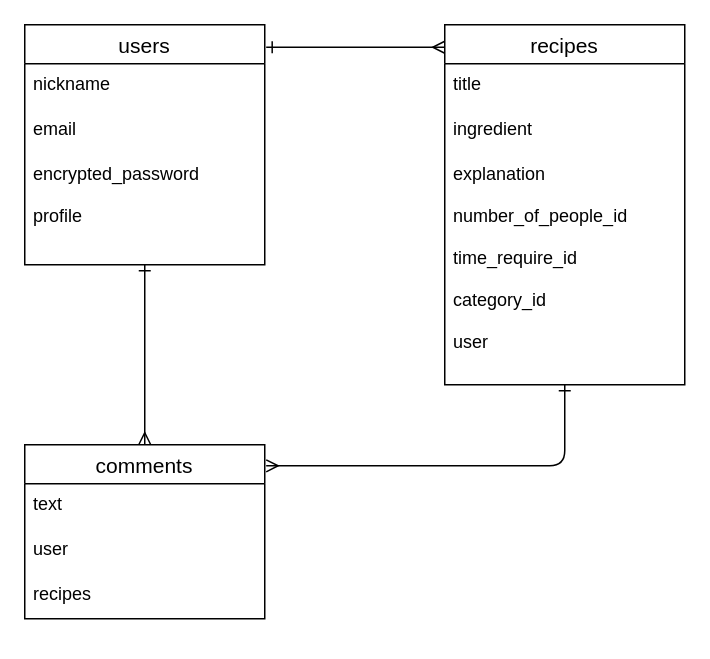
Above: healthy_recipe.dio in na05yuki/healthy_recipe (draw.io), before the change. Source tidied: cells renumbered, new cells numbered last; positions are measured from the earlier drawing's top-left corner, leaving out a move shared by most shapes. Both pictures are drawn from the tidied source at 150%, with x=0, y=0 at pixel (24, 24).
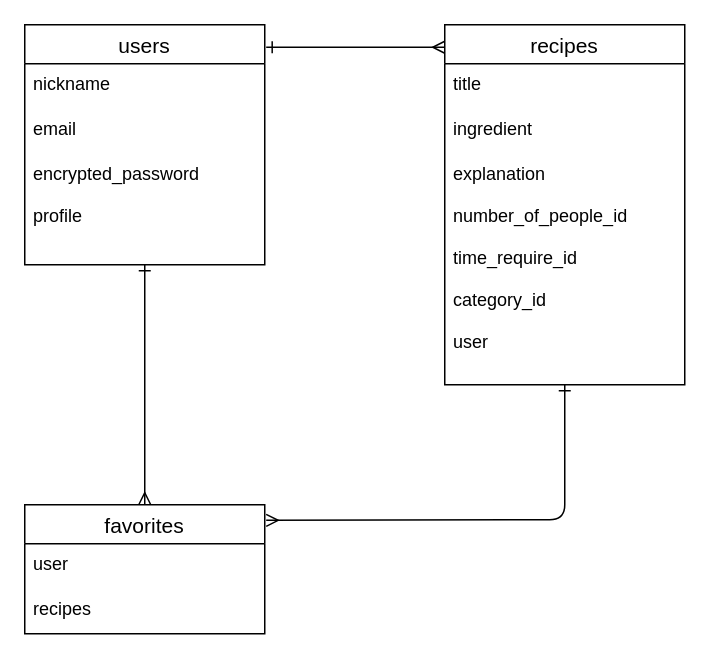
The same page after the edit.

Commit message (it also covers changes not shown here):
ER図、README変更修正

Change to the diagram source:
```diff
@@
 <mxGraphModel>
   <root>
     <mxCell id="0" />
     <mxCell id="1" parent="0" />
     <mxCell id="2" style="edgeStyle=none;html=1;startArrow=ERone;startFill=0;endArrow=ERmany;endFill=0;exitX=1.006;exitY=0.094;exitDx=0;exitDy=0;exitPerimeter=0;" parent="1" edge="1" source="4">
       <mxGeometry relative="1" as="geometry">
         <mxPoint x="280" y="15" as="targetPoint" />
       </mxGeometry>
     </mxCell>
     <mxCell id="3" style="edgeStyle=none;html=1;entryX=0.5;entryY=0;entryDx=0;entryDy=0;startArrow=ERone;startFill=0;endArrow=ERmany;endFill=0;" parent="1" edge="1" source="4" target="13">
       <mxGeometry relative="1" as="geometry" />
     </mxCell>
     <mxCell id="4" value="users" style="swimlane;fontStyle=0;horizontal=1;startSize=26;align=center;fontSize=14;shadow=0;" parent="1" vertex="1">
       <mxGeometry width="160" height="160" as="geometry" />
     </mxCell>
     <mxCell id="5" value="nickname" style="text;strokeColor=none;fillColor=none;spacingLeft=4;spacingRight=4;overflow=hidden;fontSize=12;shadow=0;" parent="4" vertex="1">
       <mxGeometry y="26" width="160" height="30" as="geometry" />
     </mxCell>
     <mxCell id="6" value="email" style="text;strokeColor=none;fillColor=none;spacingLeft=4;spacingRight=4;overflow=hidden;fontSize=12;shadow=0;" parent="4" vertex="1">
       <mxGeometry y="56" width="160" height="30" as="geometry" />
     </mxCell>
     <mxCell id="7" value="encrypted_password&#10;&#10;profile" style="text;strokeColor=none;fillColor=none;spacingLeft=4;spacingRight=4;overflow=hidden;fontSize=12;shadow=0;" parent="4" vertex="1">
       <mxGeometry y="86" width="160" height="74" as="geometry" />
     </mxCell>
     <mxCell id="8" style="edgeStyle=none;html=1;entryX=1.006;entryY=0.121;entryDx=0;entryDy=0;entryPerimeter=0;startArrow=ERone;startFill=0;endArrow=ERmany;endFill=0;" parent="1" edge="1" target="13">
       <mxGeometry relative="1" as="geometry">
         <mxPoint x="360" y="240" as="sourcePoint" />
         <Array as="points">
           <mxPoint x="360" y="294" />
+          <mxPoint x="360" y="330" />
         </Array>
       </mxGeometry>
     </mxCell>
     <mxCell id="9" value="recipes" style="swimlane;fontStyle=0;horizontal=1;startSize=26;align=center;fontSize=14;shadow=0;" parent="1" vertex="1">
       <mxGeometry x="280" width="160" height="240" as="geometry" />
     </mxCell>
     <mxCell id="10" value="title" style="text;strokeColor=none;fillColor=none;spacingLeft=4;spacingRight=4;overflow=hidden;fontSize=12;shadow=0;" parent="9" vertex="1">
       <mxGeometry y="26" width="160" height="30" as="geometry" />
     </mxCell>
     <mxCell id="11" value="ingredient" style="text;strokeColor=none;fillColor=none;spacingLeft=4;spacingRight=4;overflow=hidden;fontSize=12;shadow=0;" parent="9" vertex="1">
       <mxGeometry y="56" width="160" height="30" as="geometry" />
     </mxCell>
     <mxCell id="12" value="explanation&#10;&#10;number_of_people_id&#10;&#10;time_require_id&#10;&#10;category_id&#10;&#10;user" style="text;strokeColor=none;fillColor=none;spacingLeft=4;spacingRight=4;overflow=hidden;fontSize=12;shadow=0;" parent="9" vertex="1">
       <mxGeometry y="86" width="160" height="154" as="geometry" />
     </mxCell>
-    <mxCell id="13" value="comments" style="swimlane;fontStyle=0;horizontal=1;startSize=26;align=center;fontSize=14;" parent="1" vertex="1">
-      <mxGeometry y="280" width="160" height="116" as="geometry" />
+    <mxCell id="13" value="favorites" style="swimlane;fontStyle=0;horizontal=1;startSize=26;align=center;fontSize=14;" parent="1" vertex="1">
+      <mxGeometry y="320" width="160" height="86" as="geometry" />
     </mxCell>
-    <mxCell id="14" value="text" style="text;strokeColor=none;fillColor=none;spacingLeft=4;spacingRight=4;overflow=hidden;fontSize=12;" parent="13" vertex="1">
-      <mxGeometry y="26" width="160" height="30" as="geometry" />
-    </mxCell>
     <mxCell id="15" value="user" style="text;strokeColor=none;fillColor=none;spacingLeft=4;spacingRight=4;overflow=hidden;fontSize=12;" parent="13" vertex="1">
-      <mxGeometry y="56" width="160" height="30" as="geometry" />
+      <mxGeometry y="26" width="160" height="30" as="geometry" />
     </mxCell>
     <mxCell id="16" value="recipes" style="text;strokeColor=none;fillColor=none;spacingLeft=4;spacingRight=4;overflow=hidden;fontSize=12;" parent="13" vertex="1">
-      <mxGeometry y="86" width="160" height="30" as="geometry" />
+      <mxGeometry y="56" width="160" height="30" as="geometry" />
     </mxCell>
   </root>
 </mxGraphModel>
```
